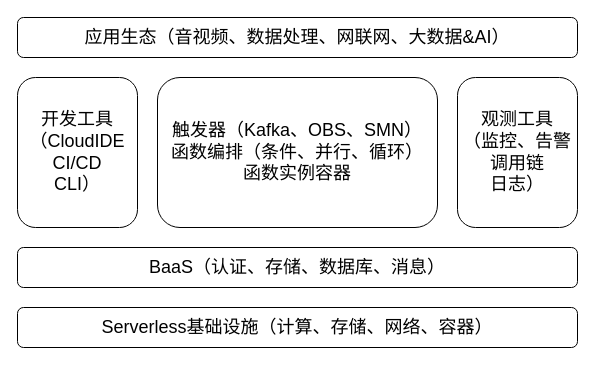
Earlier version of the draw.io diagram funcat戳你graph.drawio (punnpkin/new). Source tidied: cells renumbered, new cells numbered last; positions are measured from the earlier drawing's top-left corner, leaving out a move shared by most shapes. Both pictures are drawn from the tidied source at 100%, with x=0, y=0 at pixel (17, 17).
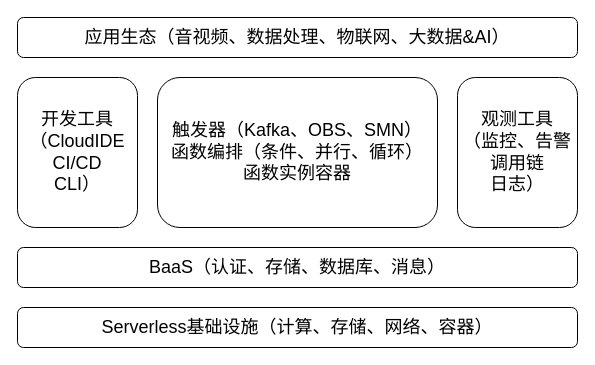
The same diagram, later.

Change to the diagram source:
```diff
@@
 <mxGraphModel>
   <root>
     <mxCell id="0" />
     <mxCell id="1" parent="0" />
     <mxCell id="2" value="Serverless基础设施（计算、存储、网络、容器）" style="rounded=1;whiteSpace=wrap;html=1;fontSize=18;" parent="1" vertex="1">
       <mxGeometry y="290" width="560" height="40" as="geometry" />
     </mxCell>
     <mxCell id="3" value="BaaS（认证、存储、数据库、消息）" style="rounded=1;whiteSpace=wrap;html=1;fontSize=18;" parent="1" vertex="1">
       <mxGeometry y="230" width="560" height="40" as="geometry" />
     </mxCell>
     <mxCell id="4" value="开发工具&lt;br&gt;（CloudIDE&lt;br&gt;CI/CD&lt;br&gt;CLI）" style="rounded=1;whiteSpace=wrap;html=1;fontSize=18;" parent="1" vertex="1">
       <mxGeometry y="60" width="120" height="150" as="geometry" />
     </mxCell>
     <mxCell id="5" value="观测工具&lt;br&gt;（监控、告警&lt;br&gt;调用链&lt;br&gt;日志）" style="rounded=1;whiteSpace=wrap;html=1;fontSize=18;" parent="1" vertex="1">
       <mxGeometry x="440" y="60" width="120" height="150" as="geometry" />
     </mxCell>
     <mxCell id="6" value="触发器（Kafka、OBS、SMN）&lt;br&gt;函数编排（条件、并行、循环）&lt;br&gt;函数实例容器" style="rounded=1;whiteSpace=wrap;html=1;fontSize=18;" parent="1" vertex="1">
       <mxGeometry x="140" y="60" width="280" height="150" as="geometry" />
     </mxCell>
-    <mxCell id="7" value="应用生态（音视频、数据处理、网联网、大数据&amp;amp;AI）" style="rounded=1;whiteSpace=wrap;html=1;fontSize=18;" parent="1" vertex="1">
+    <mxCell id="7" value="应用生态（音视频、数据处理、物联网、大数据&amp;amp;AI）" style="rounded=1;whiteSpace=wrap;html=1;fontSize=18;" parent="1" vertex="1">
       <mxGeometry width="560" height="40" as="geometry" />
     </mxCell>
   </root>
 </mxGraphModel>
```
